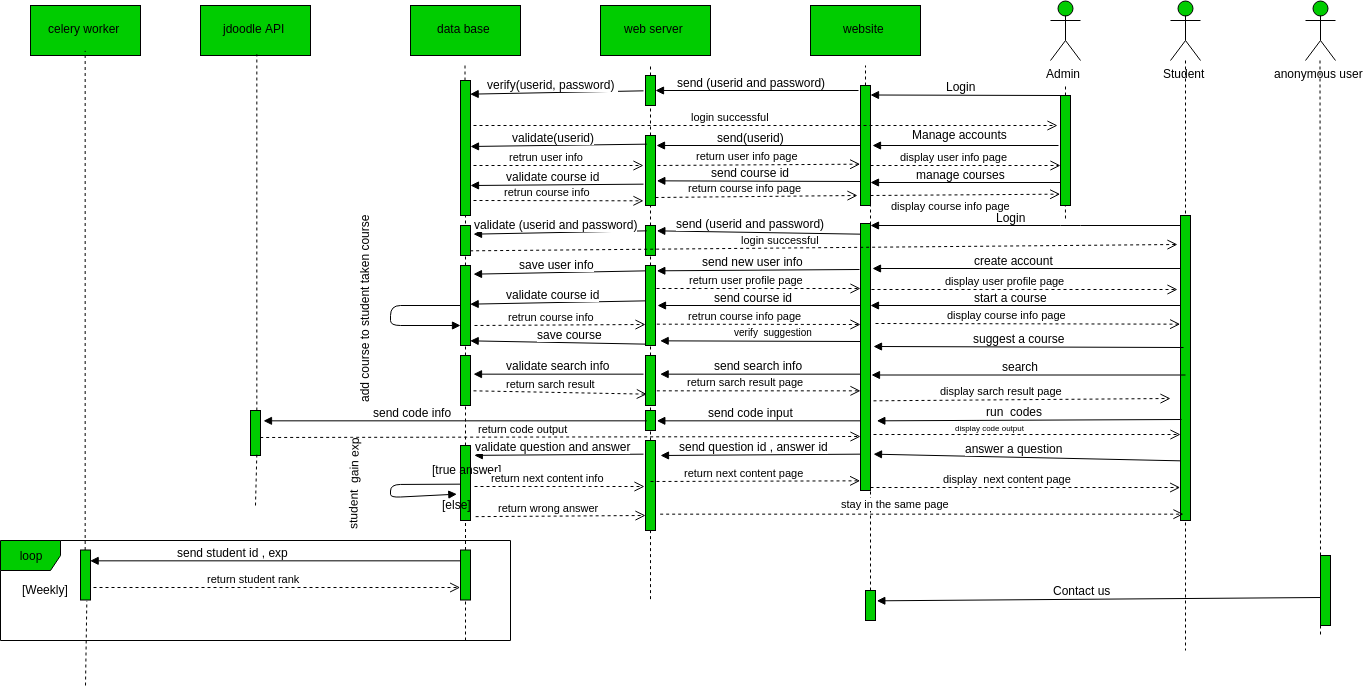
abderrahmaneMustapha/Learno keeps this draw.io diagram as uml_diagrams/sequence diagram.png. Above is the earlier version. Source tidied: cells renumbered, new cells last; positions are measured from the earlier drawing's top-left corner, leaving out a move shared by most shapes.
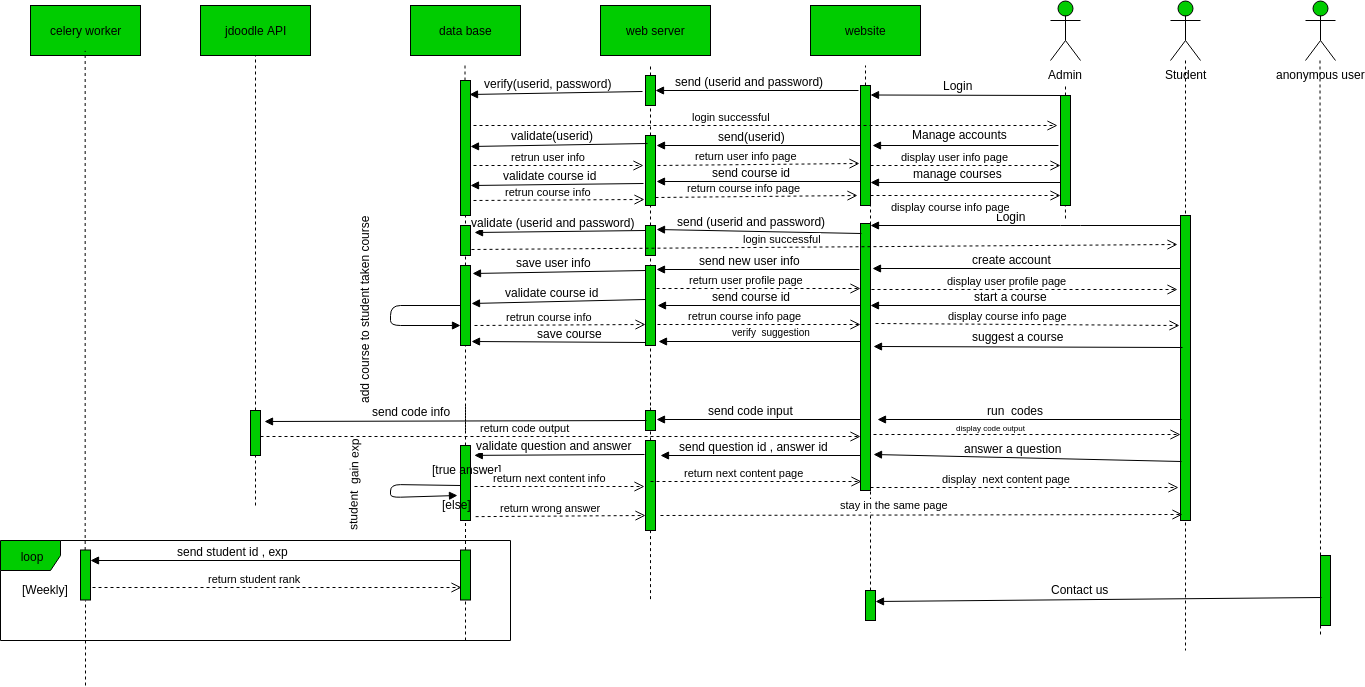
After the commit.

Diff of the diagram source:
```diff
@@ -108,17 +108,6 @@
         <mxPoint x="10" y="-9.5" as="offset" />
       </mxGeometry>
     </mxCell>
-    <mxCell id="25" style="html=1;verticalAlign=bottom;endArrow=block;" parent="1" edge="1">
-      <mxGeometry y="60" relative="1" as="geometry">
-        <mxPoint x="1185" y="374.5" as="sourcePoint" />
-        <mxPoint x="871" y="374.5" as="targetPoint" />
-      </mxGeometry>
-    </mxCell>
-    <mxCell id="26" value="search" style="text;html=1;align=center;verticalAlign=middle;labelBackgroundColor=#ffffff;" parent="25" vertex="1">
-      <mxGeometry x="0.13" y="-1" relative="1" as="geometry">
-        <mxPoint x="10" y="-9.5" as="offset" />
-      </mxGeometry>
-    </mxCell>
     <mxCell id="27" style="html=1;verticalAlign=bottom;endArrow=block;" parent="1" edge="1">
       <mxGeometry y="60" relative="1" as="geometry">
         <mxPoint x="1060" y="95" as="sourcePoint" />
@@ -306,7 +295,7 @@
     <mxCell id="68" style="html=1;points=[];perimeter=orthogonalPerimeter;fillColor=#00CC00;" parent="1" vertex="1">
       <mxGeometry x="645" y="225" width="10" height="30" as="geometry" />
     </mxCell>
-    <mxCell id="69" style="endArrow=none;dashed=1;html=1;" parent="1" edge="1" source="98" target="68">
+    <mxCell id="69" style="endArrow=none;dashed=1;html=1;exitX=0.519;exitY=0.059;exitDx=0;exitDy=0;exitPerimeter=0;" parent="1" edge="1" source="109" target="68">
       <mxGeometry relative="1" as="geometry" />
     </mxCell>
     <mxCell id="70" style="html=1;verticalAlign=bottom;endArrow=block;exitX=0.11;exitY=0.039;exitDx=0;exitDy=0;exitPerimeter=0;entryX=1.065;entryY=0.146;entryDx=0;entryDy=0;entryPerimeter=0;" parent="1" edge="1" source="7" target="68">
@@ -336,8 +325,10 @@
     <mxCell id="76" style="html=1;points=[];perimeter=orthogonalPerimeter;fillColor=#00CC00;" parent="1" vertex="1">
       <mxGeometry x="460" y="265" width="10" height="80" as="geometry" />
     </mxCell>
-    <mxCell id="77" style="endArrow=none;dashed=1;html=1;" parent="1" edge="1" source="102" target="76">
-      <mxGeometry relative="1" as="geometry" />
+    <mxCell id="77" style="endArrow=none;dashed=1;html=1;" parent="1" edge="1" target="76">
+      <mxGeometry relative="1" as="geometry">
+        <mxPoint x="465" y="430" as="sourcePoint" />
+      </mxGeometry>
     </mxCell>
     <mxCell id="78" style="html=1;verticalAlign=bottom;endArrow=block;entryX=1.065;entryY=0.049;entryDx=0;entryDy=0;entryPerimeter=0;" parent="1" edge="1" target="95">
       <mxGeometry y="60" relative="1" as="geometry">
@@ -437,45 +428,16 @@
         <mxPoint x="26" y="-9" as="offset" />
       </mxGeometry>
     </mxCell>
-    <mxCell id="98" style="html=1;points=[];perimeter=orthogonalPerimeter;fillColor=#00CC00;" parent="1" vertex="1">
-      <mxGeometry x="645" y="355" width="10" height="50" as="geometry" />
-    </mxCell>
-    <mxCell id="99" style="endArrow=none;dashed=1;html=1;" parent="1" edge="1" source="109" target="98">
-      <mxGeometry relative="1" as="geometry" />
+    <mxCell id="99" style="endArrow=none;dashed=1;html=1;" parent="1" edge="1" source="109">
+      <mxGeometry relative="1" as="geometry">
+        <mxPoint x="650" y="405" as="targetPoint" />
+      </mxGeometry>
     </mxCell>
-    <mxCell id="100" style="html=1;verticalAlign=bottom;endArrow=block;entryX=1.337;entryY=0.36;entryDx=0;entryDy=0;entryPerimeter=0;" parent="1" edge="1" source="7" target="98">
-      <mxGeometry y="60" relative="1" as="geometry" />
-    </mxCell>
-    <mxCell id="101" value="send search info" style="text;html=1;align=center;verticalAlign=middle;labelBackgroundColor=#ffffff;" parent="100" vertex="1">
-      <mxGeometry x="0.13" y="-1" relative="1" as="geometry">
-        <mxPoint x="10" y="-9.5" as="offset" />
-      </mxGeometry>
-    </mxCell>
-    <mxCell id="102" style="html=1;points=[];perimeter=orthogonalPerimeter;fillColor=#00CC00;" parent="1" vertex="1">
-      <mxGeometry x="460" y="355" width="10" height="50" as="geometry" />
-    </mxCell>
-    <mxCell id="103" style="endArrow=none;dashed=1;html=1;" parent="1" edge="1" source="129" target="102">
-      <mxGeometry relative="1" as="geometry" />
+    <mxCell id="103" style="endArrow=none;dashed=1;html=1;" parent="1" edge="1" source="129">
+      <mxGeometry relative="1" as="geometry">
+        <mxPoint x="465" y="405" as="targetPoint" />
+      </mxGeometry>
     </mxCell>
-    <mxCell id="104" style="html=1;verticalAlign=bottom;endArrow=block;exitX=-0.117;exitY=0.378;exitDx=0;exitDy=0;exitPerimeter=0;entryX=1.201;entryY=0.378;entryDx=0;entryDy=0;entryPerimeter=0;" parent="1" edge="1" source="98" target="102">
-      <mxGeometry y="60" relative="1" as="geometry" />
-    </mxCell>
-    <mxCell id="105" value="validate search info" style="text;html=1;align=center;verticalAlign=middle;labelBackgroundColor=#ffffff;" parent="104" vertex="1">
-      <mxGeometry x="0.13" y="-1" relative="1" as="geometry">
-        <mxPoint x="10" y="-9.5" as="offset" />
-      </mxGeometry>
-    </mxCell>
-    <mxCell id="106" value="return sarch result" style="html=1;verticalAlign=bottom;endArrow=open;dashed=1;endSize=8;exitX=1.292;exitY=0.724;exitDx=0;exitDy=0;exitPerimeter=0;entryX=-0.026;entryY=0.742;entryDx=0;entryDy=0;entryPerimeter=0;" parent="1" edge="1" source="102" target="98">
-      <mxGeometry x="-0.12" relative="1" as="geometry" />
-    </mxCell>
-    <mxCell id="107" value="return sarch result page&amp;nbsp;" style="html=1;verticalAlign=bottom;endArrow=open;dashed=1;endSize=8;exitX=1.247;exitY=0.724;exitDx=0;exitDy=0;exitPerimeter=0;" parent="1" edge="1" source="98" target="7">
-      <mxGeometry x="-0.12" relative="1" as="geometry" />
-    </mxCell>
-    <mxCell id="108" value="display sarch result page&amp;nbsp;" style="html=1;verticalAlign=bottom;endArrow=open;dashed=1;endSize=8;exitX=1.286;exitY=0.66;exitDx=0;exitDy=0;exitPerimeter=0;" parent="1" edge="1" source="7">
-      <mxGeometry x="-0.12" relative="1" as="geometry">
-        <mxPoint x="1170" y="398" as="targetPoint" />
-      </mxGeometry>
-    </mxCell>
     <mxCell id="109" style="html=1;points=[];perimeter=orthogonalPerimeter;fillColor=#00CC00;" parent="1" vertex="1">
       <mxGeometry x="645" y="410" width="10" height="20" as="geometry" />
     </mxCell>
```
